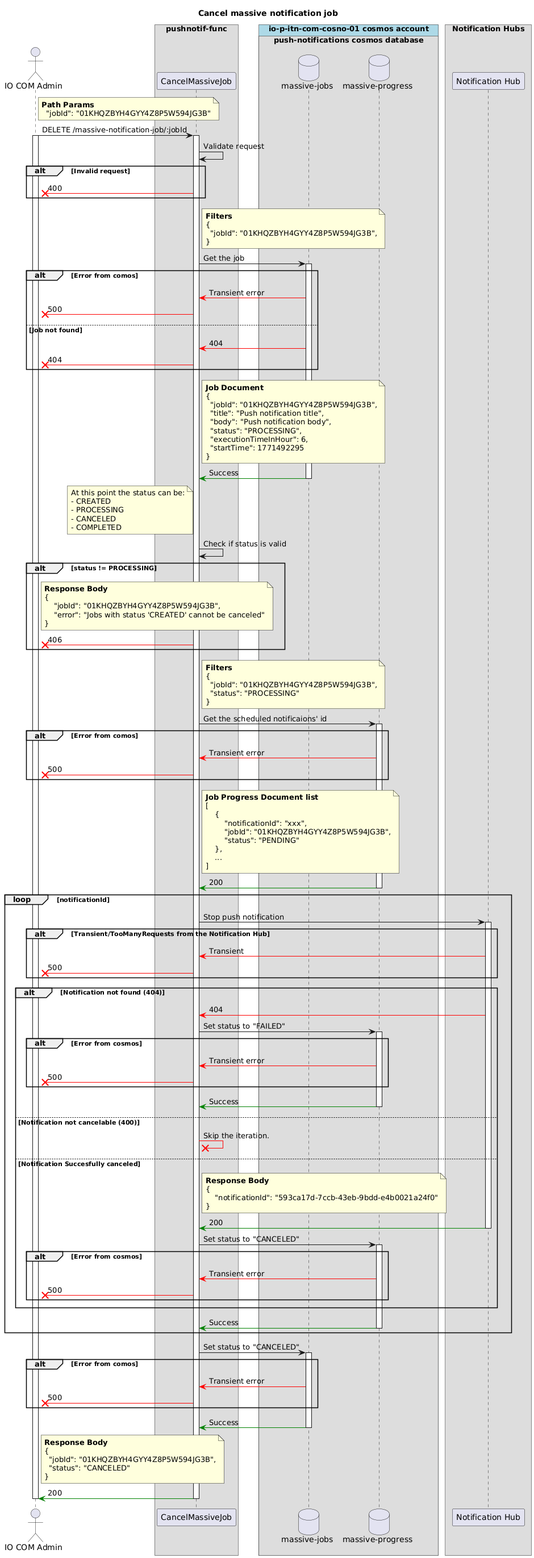
This is apps/pushnotif-func/docs/png/cancel-massive-job.png from pagopa/io-messages, a PlantUML export, as it was before one commit.
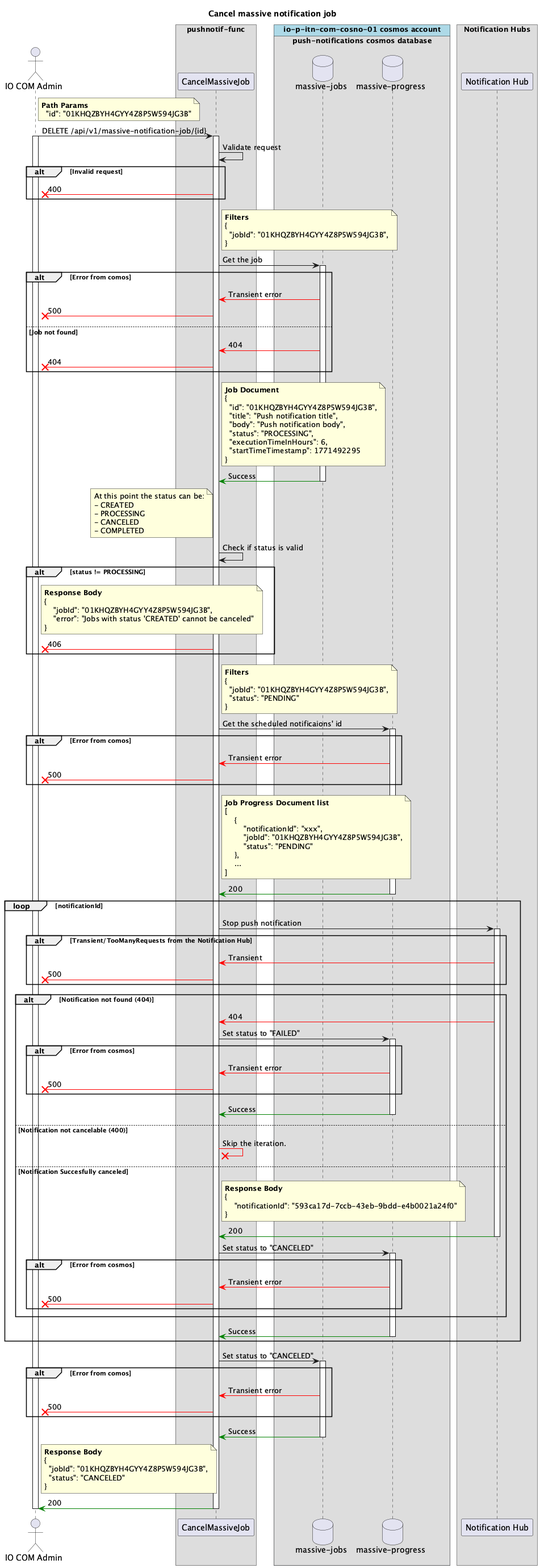
After the commit.

Change to the diagram source:
```diff
@@ -1,4 +1,5 @@
 @startuml
+
 title "Cancel massive notification job"
 
 actor "IO COM Admin" as admin
@@ -21,9 +22,9 @@
 
 note right of admin
   **Path Params**
-    "jobId": "01KHQZBYH4GYY4Z8P5W594JG3B"
+    "id": "01KHQZBYH4GYY4Z8P5W594JG3B"
 end note
-admin -> httpfunc : DELETE /massive-notification-job/:jobId
+admin -> httpfunc : DELETE /api/v1/massive-notification-job/{id}
 activate admin
 activate httpfunc
 
@@ -54,12 +55,12 @@
 note right of httpfunc
   **Job Document**
   {
-    "jobId": "01KHQZBYH4GYY4Z8P5W594JG3B",
+    "id": "01KHQZBYH4GYY4Z8P5W594JG3B",
     "title": "Push notification title",
     "body": "Push notification body",
     "status": "PROCESSING",
-    "executionTimeInHour": 6,
-    "startTime": 1771492295
+    "executionTimeInHours": 6,
+    "startTimeTimestamp": 1771492295
   }
 end note
 mnj -[#green]> httpfunc : Success
@@ -88,7 +89,7 @@
   **Filters**
   {
     "jobId": "01KHQZBYH4GYY4Z8P5W594JG3B",
-    "status": "PROCESSING"
+    "status": "PENDING"
   }
 end note
 httpfunc -> mnjp : Get the scheduled notificaions' id
```
